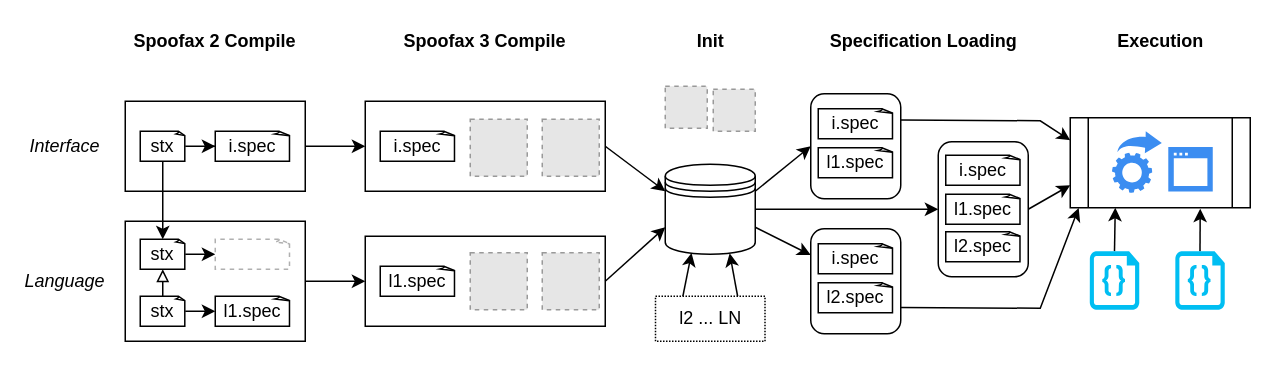
Above: page "Process Picture" (24 of 25) of Spoofax3 Diagrams.drawio in AZWN/Spoofax-pie-diagrams (draw.io), before the change. Source tidied: cells renumbered, new cells numbered last; positions are measured from the earlier drawing's top-left corner, leaving out a move shared by most shapes. Both pictures are drawn from the tidied source at 150%, with x=0, y=0 at pixel (34, 26). Pictures stored in the file or linked from it are replaced by grey dashed boxes.
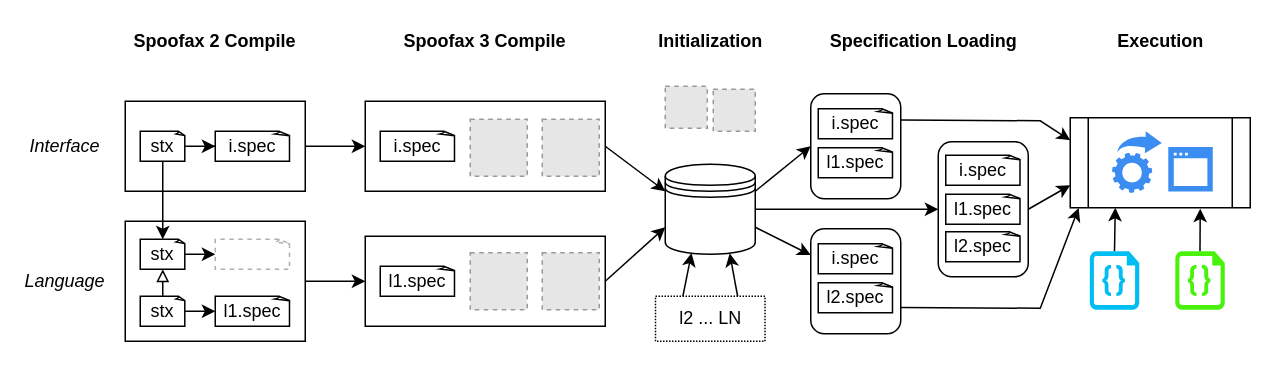
Above is the later version.

Commit message:
Partially provide Pipeline

Change to the diagram source:
```diff
@@
-    <mxCell id="23" value="Init" style="text;html=1;align=center;verticalAlign=middle;fontStyle=1;" parent="1" vertex="1">
-      <mxGeometry x="435" width="30" height="20" as="geometry" />
+    <mxCell id="23" value="Initialization" style="text;html=1;align=center;verticalAlign=middle;fontStyle=1;" parent="1" vertex="1">
+      <mxGeometry x="410" width="80" height="20" as="geometry" />
     </mxCell>
@@
-    <mxCell id="59" style="verticalLabelPosition=bottom;html=1;verticalAlign=top;align=center;strokeColor=none;fillColor=#00BEF2;shape=mxgraph.azure.code_file;labelBackgroundColor=#ffffff;fontColor=#000000;" parent="1" vertex="1">
+    <mxCell id="59" style="verticalLabelPosition=bottom;html=1;verticalAlign=top;align=center;strokeColor=none;shape=mxgraph.azure.code_file;labelBackgroundColor=#ffffff;fontColor=#000000;fillColor=#49F20C;" parent="1" vertex="1">
       <mxGeometry x="760" y="150" width="33" height="39" as="geometry" />
     </mxCell>
```
